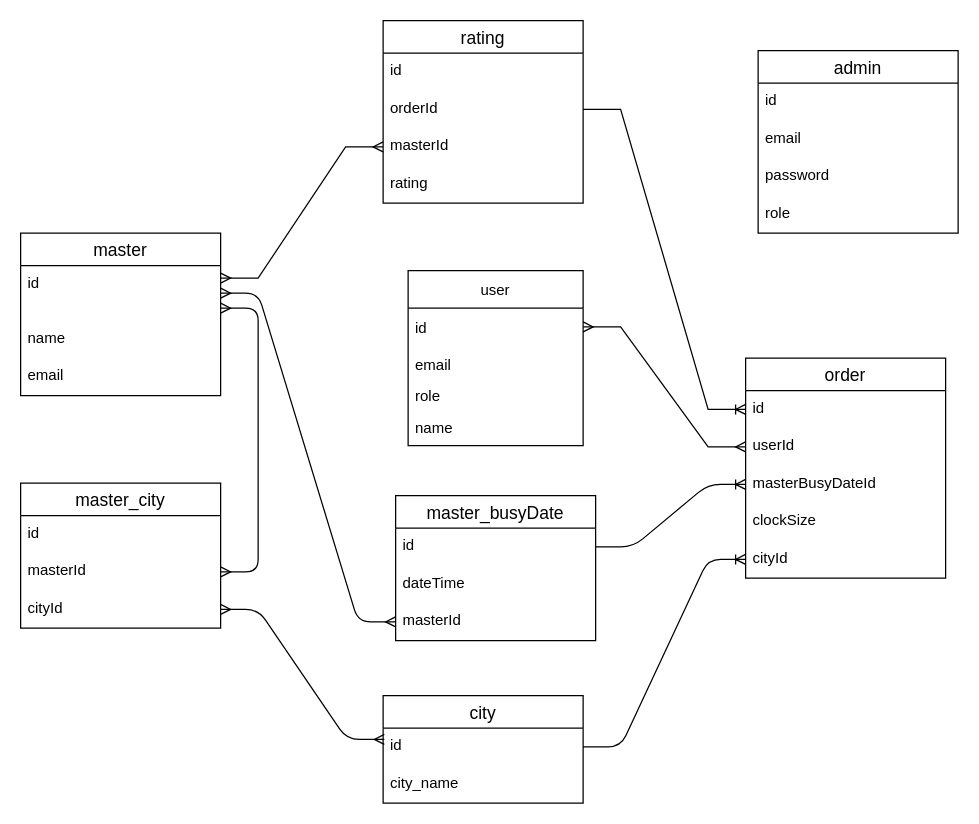
The draw.io diagram 2.drawio in mip92/clock_server, before the edit. Source tidied: cells renumbered, new cells numbered last; positions are measured from the earlier drawing's top-left corner, leaving out a move shared by most shapes. Both pictures are drawn from the tidied source at 125%, with x=0, y=0 at pixel (20, 20).
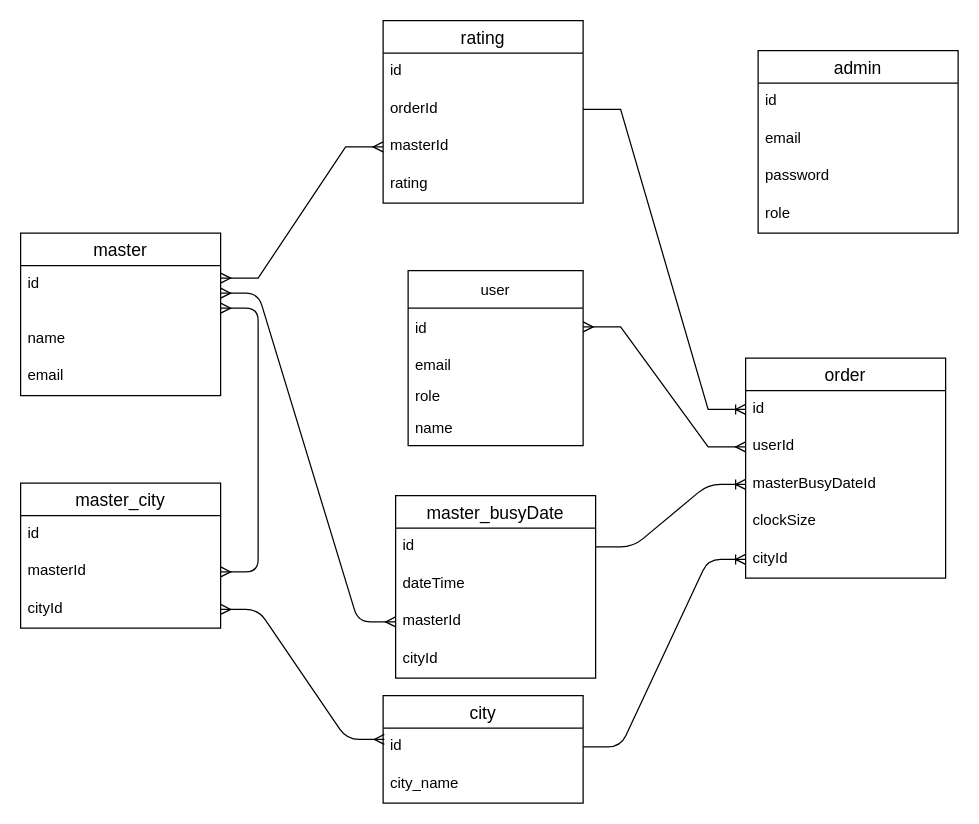
The same diagram, later.

The edit, as a diff of the source:
```diff
@@
     <mxCell id="20" value="master_busyDate" style="swimlane;fontStyle=0;horizontal=1;startSize=26;align=center;fontSize=14;" parent="1" vertex="1">
-      <mxGeometry x="300" y="380" width="160" height="116" as="geometry" />
+      <mxGeometry x="300" y="380" width="160" height="146" as="geometry" />
     </mxCell>
@@
+    <mxCell id="46" value="cityId" style="text;strokeColor=none;fillColor=none;spacingLeft=4;spacingRight=4;overflow=hidden;fontSize=12;" parent="20" vertex="1">
+      <mxGeometry y="116" width="160" height="30" as="geometry" />
+    </mxCell>
```
